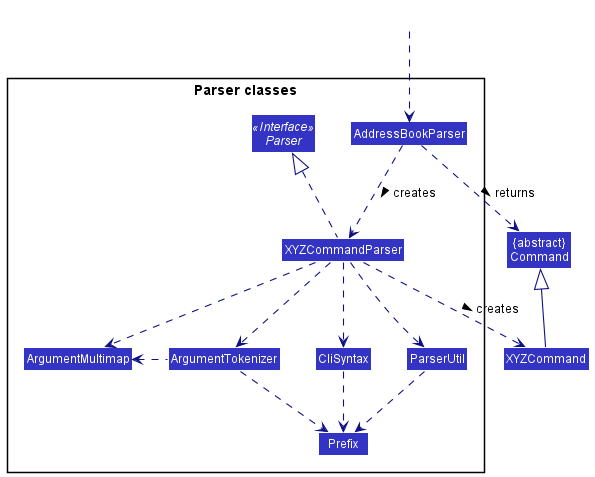
The PlantUML diagram docs/diagrams/ParserClasses.png in nus-cs2103-AY2122S1/tp, before a commit. Its diagram source:
```plantuml
@startuml
!include style.puml
skinparam arrowThickness 1.1
skinparam arrowColor LOGIC_COLOR_T4
skinparam classBackgroundColor LOGIC_COLOR

Class "{abstract}\nCommand" as Command
Class XYZCommand

package "Parser classes"{
Interface Parser <<Interface>>
Class AddressBookParser
Class XYZCommandParser
Class CliSyntax
Class ParserUtil
Class ArgumentMultimap
Class ArgumentTokenizer
Class Prefix
}

Class HiddenOutside #FFFFFF
HiddenOutside ..> AddressBookParser

AddressBookParser .down.> XYZCommandParser: creates >

XYZCommandParser ..> XYZCommand : creates >
AddressBookParser ..> Command : returns >
XYZCommandParser .up.|> Parser
XYZCommandParser ..> ArgumentMultimap
XYZCommandParser ..> ArgumentTokenizer
ArgumentTokenizer .left.> ArgumentMultimap
XYZCommandParser ..> CliSyntax
CliSyntax ..> Prefix
XYZCommandParser ..> ParserUtil
ParserUtil .down.> Prefix
ArgumentTokenizer .down.> Prefix
XYZCommand -up-|> Command
@enduml
```
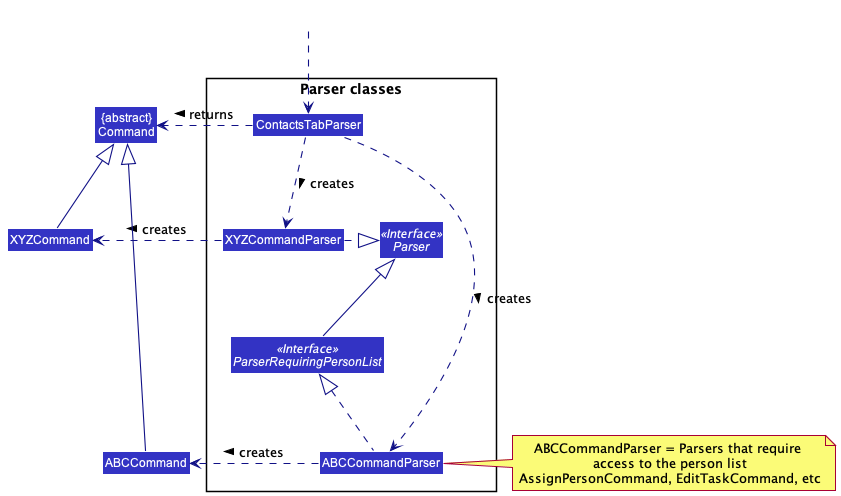
After the commit.

What changed in the source:
```diff
@@ -6,33 +6,31 @@
 
 Class "{abstract}\nCommand" as Command
 Class XYZCommand
+Class ABCCommand
 
 package "Parser classes"{
 Interface Parser <<Interface>>
-Class AddressBookParser
+Interface ParserRequiringPersonList <<Interface>>
+Class ContactsTabParser
 Class XYZCommandParser
-Class CliSyntax
-Class ParserUtil
-Class ArgumentMultimap
-Class ArgumentTokenizer
-Class Prefix
+Class ABCCommandParser
 }
 
 Class HiddenOutside #FFFFFF
-HiddenOutside ..> AddressBookParser
+HiddenOutside ..> ContactsTabParser
 
-AddressBookParser .down.> XYZCommandParser: creates >
+ContactsTabParser .down.> XYZCommandParser: creates >
+ContactsTabParser .down.> ABCCommandParser: creates >
 
-XYZCommandParser ..> XYZCommand : creates >
-AddressBookParser ..> Command : returns >
-XYZCommandParser .up.|> Parser
-XYZCommandParser ..> ArgumentMultimap
-XYZCommandParser ..> ArgumentTokenizer
-ArgumentTokenizer .left.> ArgumentMultimap
-XYZCommandParser ..> CliSyntax
-CliSyntax ..> Prefix
-XYZCommandParser ..> ParserUtil
-ParserUtil .down.> Prefix
-ArgumentTokenizer .down.> Prefix
+XYZCommandParser .right.> XYZCommand : creates >
+ABCCommandParser .right.> ABCCommand : creates >
+ContactsTabParser .right.> Command : returns >
+XYZCommandParser .right.|> Parser
+ParserRequiringPersonList -up-|> Parser
+ABCCommandParser .up.|> ParserRequiringPersonList
 XYZCommand -up-|> Command
+ABCCommand -up-|> Command
+note right of ABCCommandParser: ABCCommandParser = Parsers that require \naccess to the person list\nAssignPersonCommand, EditTaskCommand, etc
+
+
 @enduml
```
